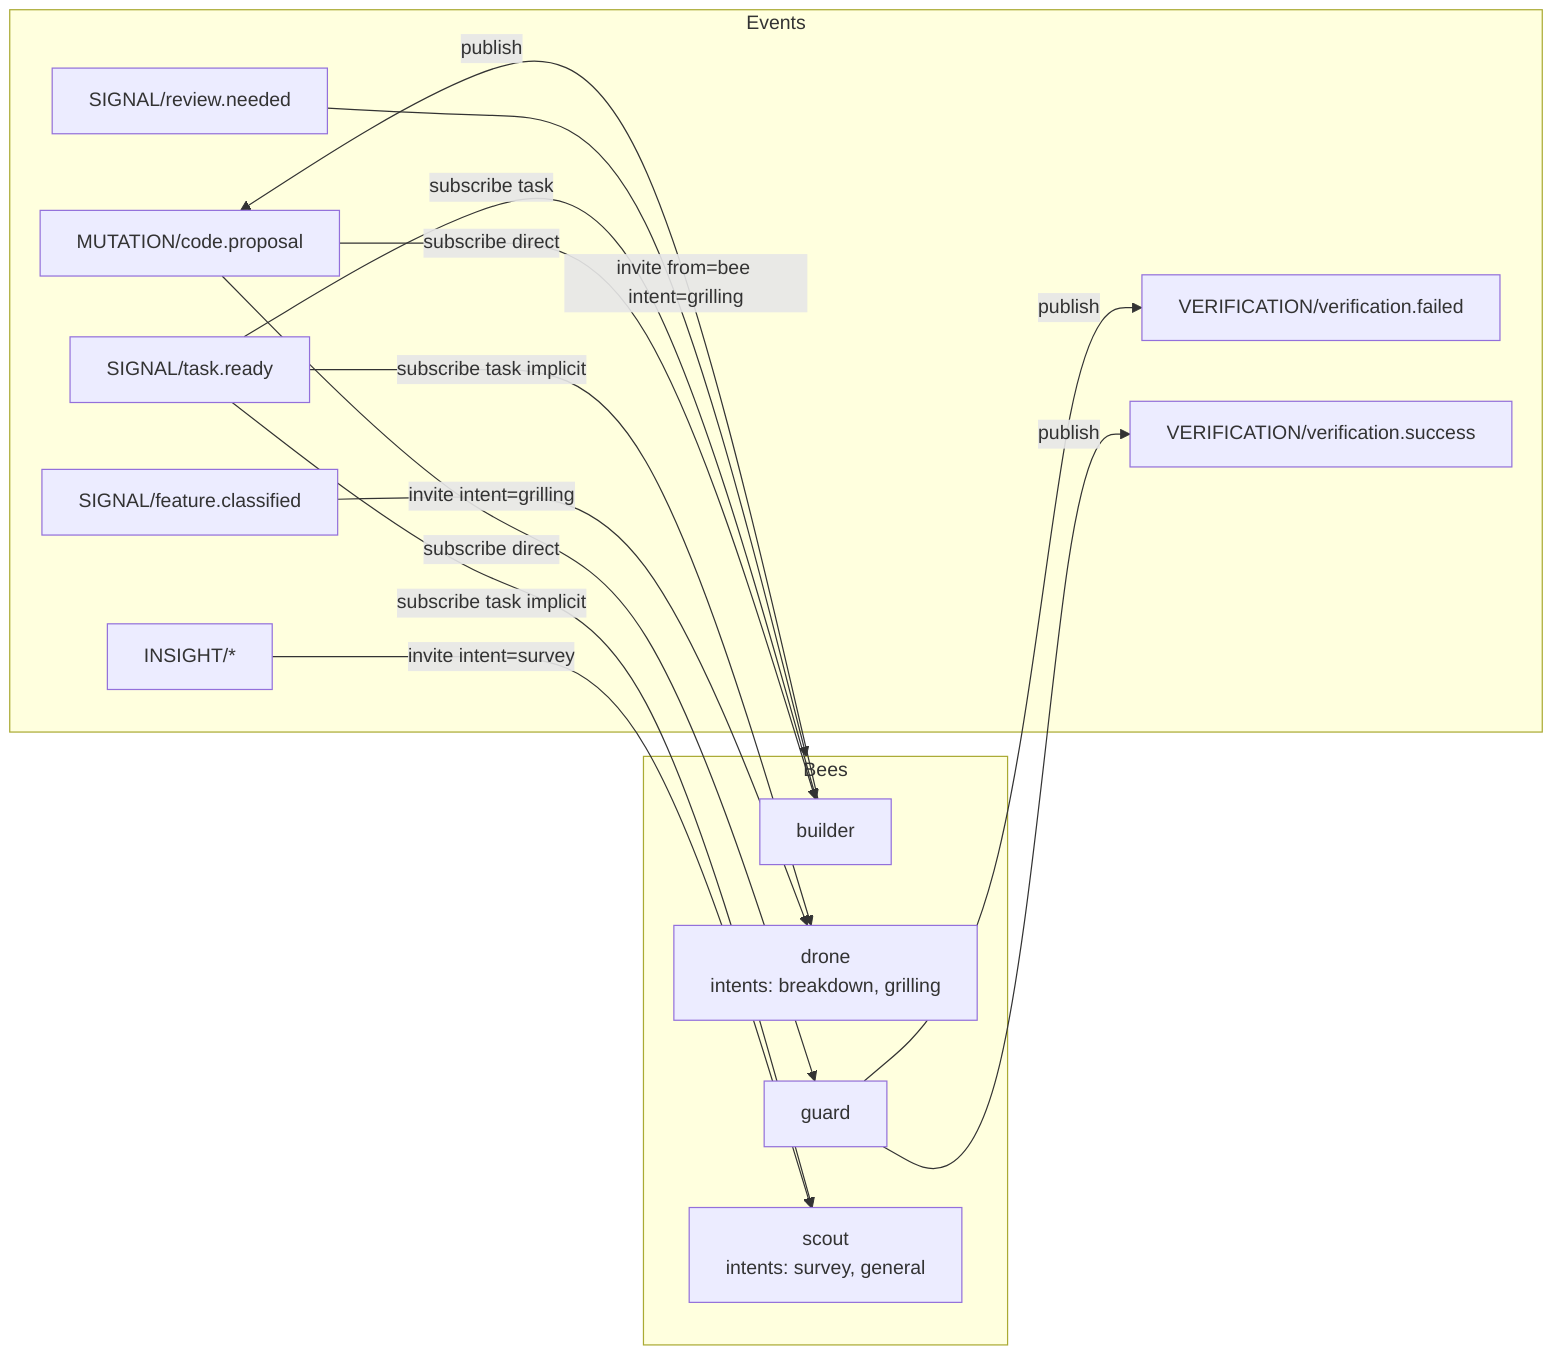
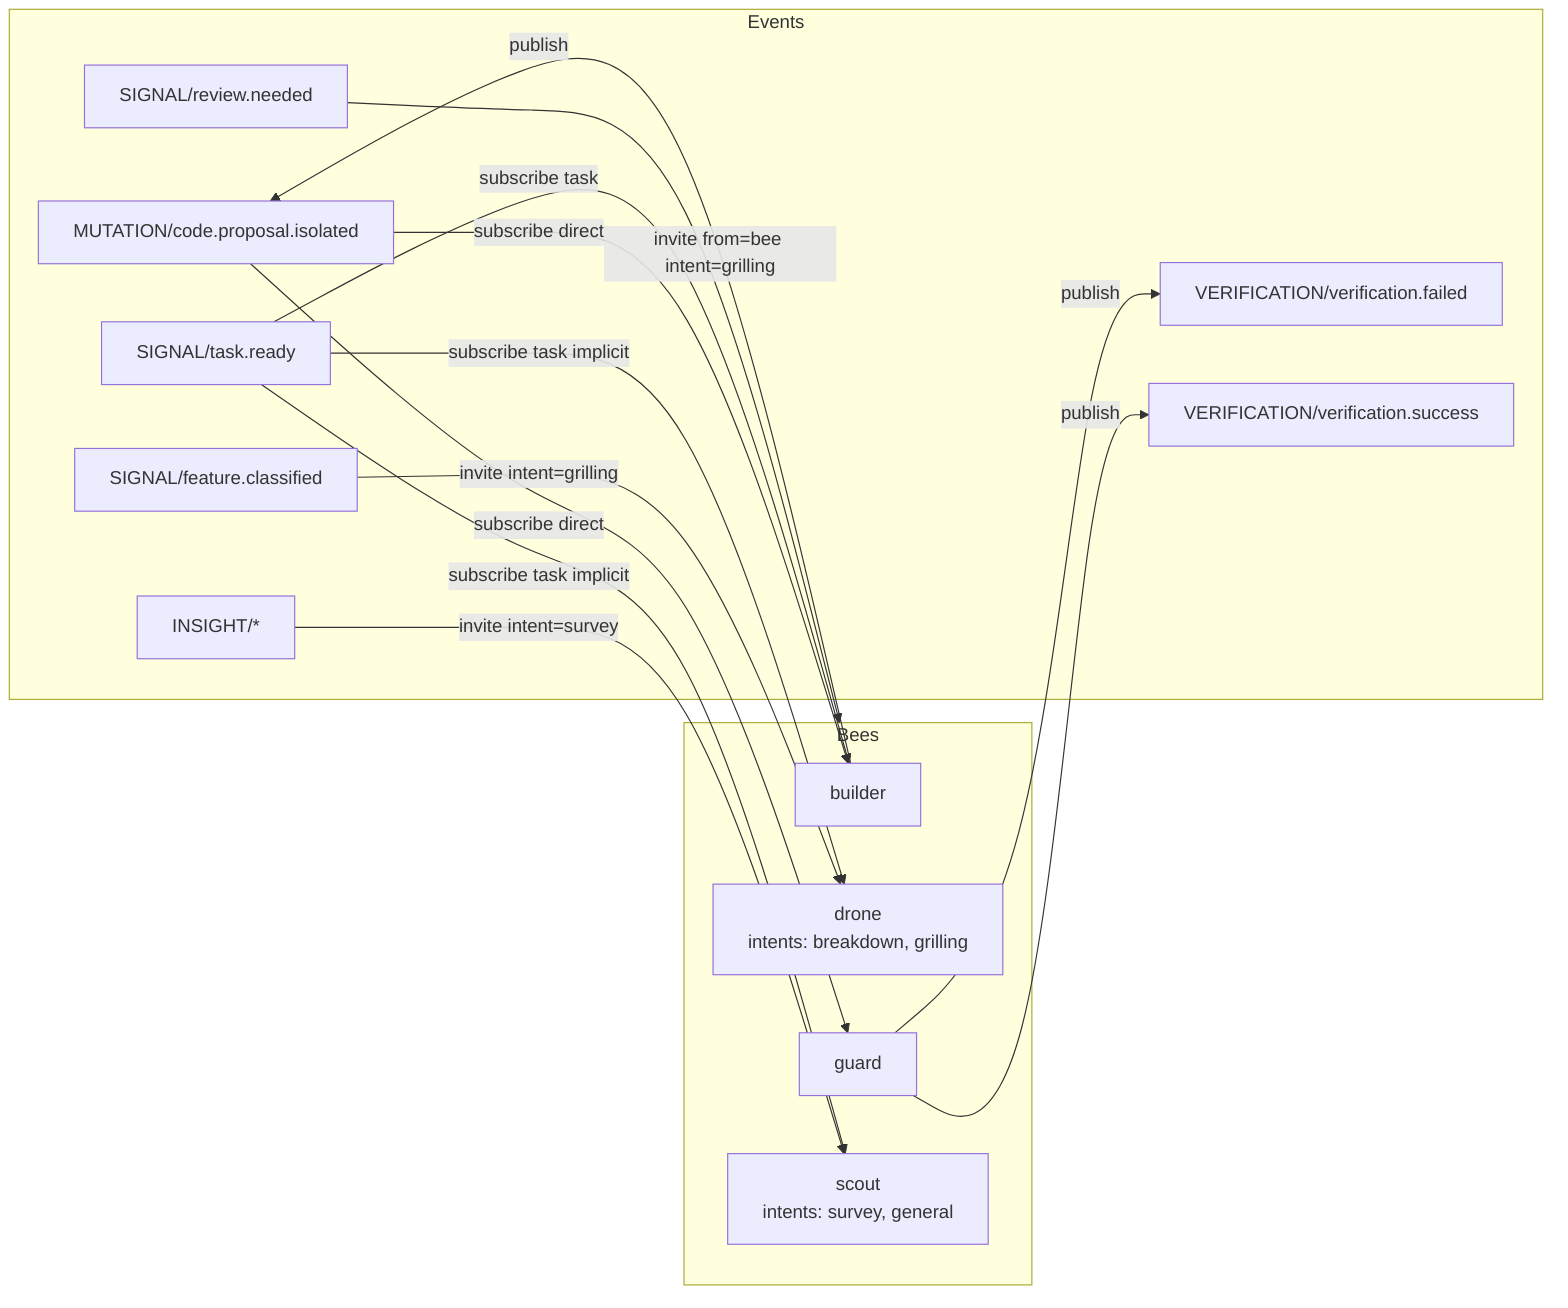
flowchart LR
  subgraph events [Events]
    E_INSIGHT_star["INSIGHT/*"]
-     E_MUTATION_code_proposal["MUTATION/code.proposal"]
+     E_MUTATION_code_proposal_isolated["MUTATION/code.proposal.isolated"]
    E_SIGNAL_feature_classified["SIGNAL/feature.classified"]
    E_SIGNAL_review_needed["SIGNAL/review.needed"]
    E_SIGNAL_task_ready["SIGNAL/task.ready"]
    E_VERIFICATION_verification_failed["VERIFICATION/verification.failed"]
    E_VERIFICATION_verification_success["VERIFICATION/verification.success"]
  end
  subgraph bees [Bees]
    B_builder["builder"]
    B_drone["drone\nintents: breakdown, grilling"]
    B_guard["guard"]
    B_scout["scout\nintents: survey, general"]
  end
  E_INSIGHT_star -->|invite intent=survey| B_scout
  E_SIGNAL_feature_classified -->|invite intent=grilling| B_drone
  E_SIGNAL_review_needed -->|invite from=bee intent=grilling| bees
-   B_builder -->|publish| E_MUTATION_code_proposal
+   B_builder -->|publish| E_MUTATION_code_proposal_isolated
  B_guard -->|publish| E_VERIFICATION_verification_failed
  B_guard -->|publish| E_VERIFICATION_verification_success
-   E_MUTATION_code_proposal -->|subscribe direct| B_builder
-   E_MUTATION_code_proposal -->|subscribe direct| B_guard
+   E_MUTATION_code_proposal_isolated -->|subscribe direct| B_builder
+   E_MUTATION_code_proposal_isolated -->|subscribe direct| B_guard
  E_SIGNAL_task_ready -->|subscribe task| B_builder
  E_SIGNAL_task_ready -->|subscribe task implicit| B_drone
  E_SIGNAL_task_ready -->|subscribe task implicit| B_scout
